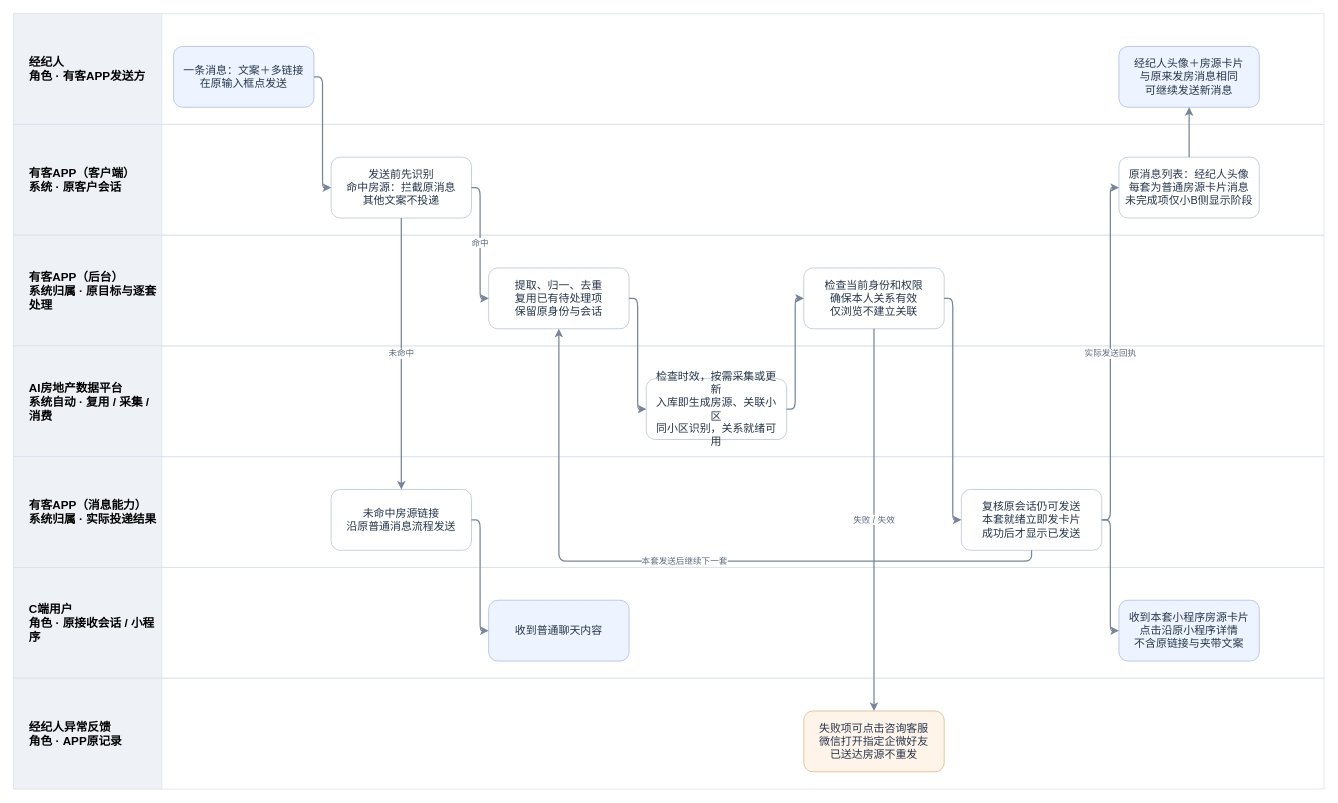
Before: page "APP客户会话｜角色与系统泳道" (2 of 3) of B端发房共用资源/V3.0-B端房源上传与管理-角色与系统业务流程.drawio in JZT-AI/ai-real-estate-platform-v3-prototype, a draw.io diagram. Source tidied: cells renumbered, new cells numbered last; positions are measured from the earlier drawing's top-left corner, leaving out a move shared by most shapes. Both pictures are drawn from the tidied source at 78%, with x=0, y=0 at pixel (13, 13).
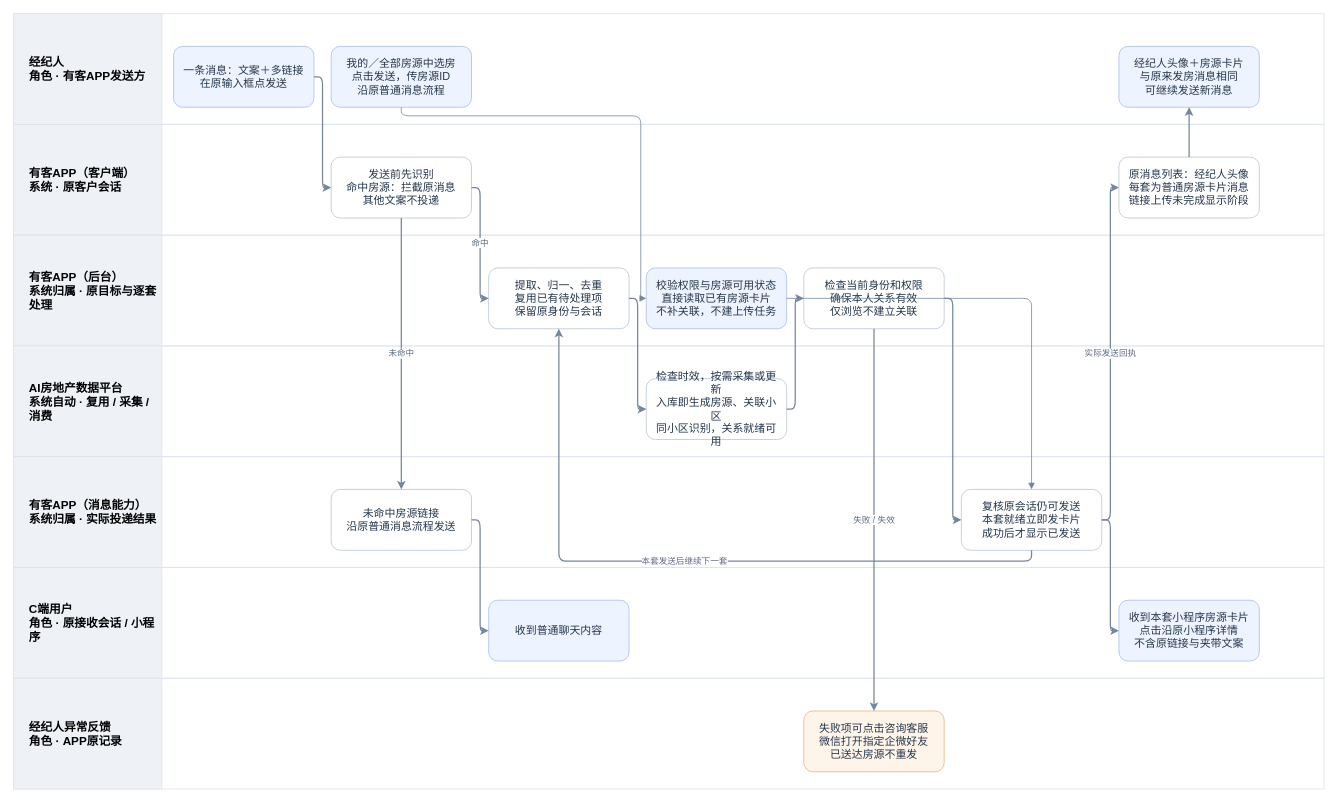
Above is the later version.

Unchanged cells that the change refers to:
```xml
<mxCell id="4" style="swimlane;horizontal=1;startSize=0;fillColor=#f8fafc;strokeColor=#dce3ed;" parent="1" vertex="1">
  <mxGeometry y="142" width="1680" height="142" as="geometry" />
</mxCell>
<mxCell id="21" value="复核原会话仍可发送&lt;br&gt;本套就绪立即发卡片&lt;br&gt;成功后才显示已发送" style="rounded=1;whiteSpace=wrap;html=1;fillColor=#fff;strokeColor=#b7c4d5;fontColor=#24364c;fontSize=14;spacing=8;" parent="10" vertex="1">
  <mxGeometry x="1215" y="42" width="180" height="78" as="geometry" />
</mxCell>
```

Change to the diagram source:
```diff
@@
-    <mxCell id="23" value="原消息列表：经纪人头像&lt;br&gt;每套为普通房源卡片消息&lt;br&gt;未完成项仅小B侧显示阶段" style="rounded=1;whiteSpace=wrap;html=1;fillColor=#fff;strokeColor=#b7c4d5;fontColor=#24364c;fontSize=14;spacing=8;" parent="4" vertex="1">
+    <mxCell id="23" value="原消息列表：经纪人头像&lt;br&gt;每套为普通房源卡片消息&lt;br&gt;链接上传未完成显示阶段" style="rounded=1;whiteSpace=wrap;html=1;fillColor=#fff;strokeColor=#b7c4d5;fontColor=#24364c;fontSize=14;spacing=8;" parent="4" vertex="1">
       <mxGeometry x="1417" y="42" width="180" height="78" as="geometry" />
     </mxCell>
@@
+    <mxCell id="40" value="我的／全部房源中选房&lt;br&gt;点击发送，传房源ID&lt;br&gt;沿原普通消息流程" style="rounded=1;whiteSpace=wrap;html=1;fillColor=#eef4ff;strokeColor=#a8bde8;fontColor=#24364c;fontSize=14;" parent="1" vertex="1">
+      <mxGeometry x="407" y="42" width="180" height="78" as="geometry" />
+    </mxCell>
+    <mxCell id="41" value="校验权限与房源可用状态&lt;br&gt;直接读取已有房源卡片&lt;br&gt;不补关联，不建上传任务" style="rounded=1;whiteSpace=wrap;html=1;fillColor=#eef4ff;strokeColor=#a8bde8;fontColor=#24364c;fontSize=14;" parent="1" vertex="1">
+      <mxGeometry x="811" y="326" width="180" height="78" as="geometry" />
+    </mxCell>
+    <mxCell id="42" style="edgeStyle=orthogonalEdgeStyle;rounded=1;html=1;strokeColor=#75869c;endArrow=block;" parent="1" edge="1" source="40" target="41">
+      <mxGeometry relative="1" as="geometry">
+        <Array as="points">
+          <mxPoint x="497" y="131" />
+          <mxPoint x="804" y="131" />
+          <mxPoint x="804" y="365" />
+        </Array>
+      </mxGeometry>
+    </mxCell>
+    <mxCell id="43" style="edgeStyle=orthogonalEdgeStyle;rounded=1;html=1;strokeColor=#75869c;endArrow=block;exitX=1;exitY=0.5;entryX=0.5;entryY=0;" parent="1" edge="1" source="41" target="21">
+      <mxGeometry relative="1" as="geometry" />
+    </mxCell>
```
